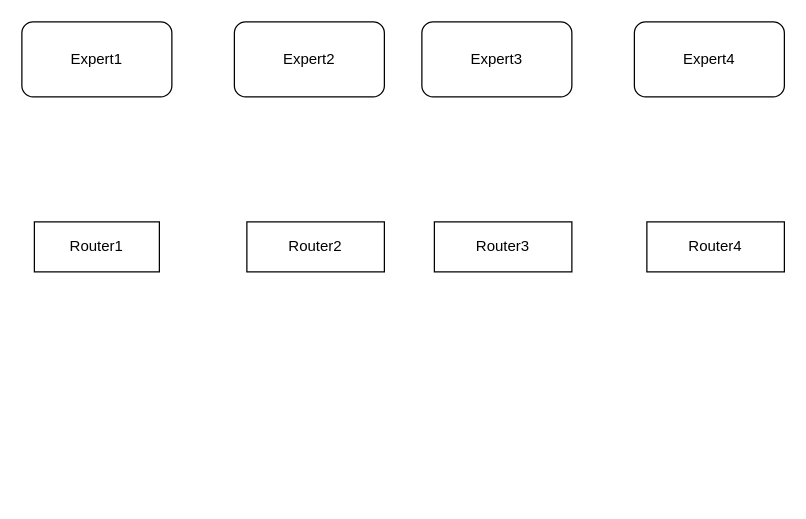
Above: moe plan.drawio in babangain/drawio (draw.io), before the change. Source tidied: cells renumbered, new cells numbered last; positions are measured from the earlier drawing's top-left corner, leaving out a move shared by most shapes. Both pictures are drawn from the tidied source at 125%, with x=0, y=0 at pixel (21, 21).
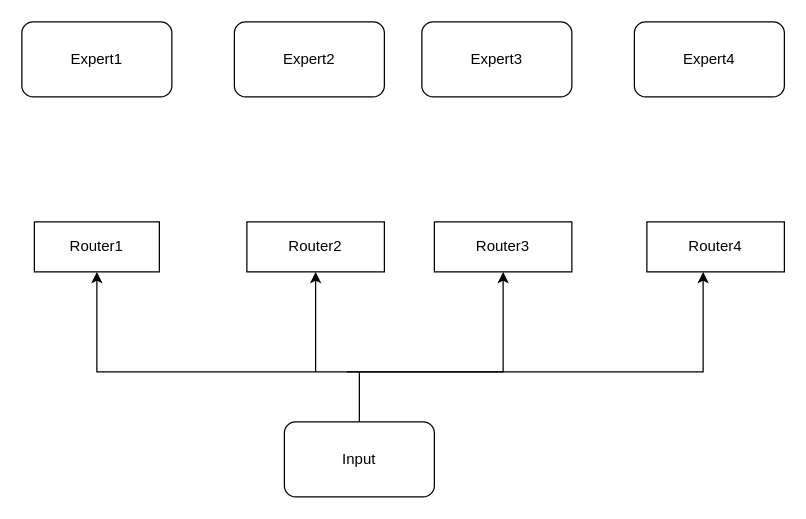
After the change.

The change refers to these unchanged cells:
```xml
<mxCell id="6" value="Router1" style="rounded=0;whiteSpace=wrap;html=1;" parent="1" vertex="1">
  <mxGeometry x="10" y="160" width="100" height="40" as="geometry" />
</mxCell>
<mxCell id="7" value="Router2" style="rounded=0;whiteSpace=wrap;html=1;" parent="1" vertex="1">
  <mxGeometry x="180" y="160" width="110" height="40" as="geometry" />
</mxCell>
<mxCell id="8" value="Router3" style="rounded=0;whiteSpace=wrap;html=1;" parent="1" vertex="1">
  <mxGeometry x="330" y="160" width="110" height="40" as="geometry" />
</mxCell>
```

The edit, as a diff of the source:
```diff
@@
+    <mxCell id="10" value="Input" style="rounded=1;whiteSpace=wrap;html=1;" parent="1" vertex="1">
+      <mxGeometry x="210" y="320" width="120" height="60" as="geometry" />
+    </mxCell>
+    <mxCell id="11" style="endArrow=classic;html=1;rounded=0;entryX=0.5;entryY=1;entryDx=0;entryDy=0;exitX=0.5;exitY=0;exitDx=0;exitDy=0;" parent="1" edge="1" source="10" target="6">
+      <mxGeometry relative="1" as="geometry">
+        <Array as="points">
+          <mxPoint x="270" y="280" />
+          <mxPoint x="60" y="280" />
+        </Array>
+      </mxGeometry>
+    </mxCell>
+    <mxCell id="12" style="endArrow=classic;html=1;rounded=0;entryX=0.5;entryY=1;entryDx=0;entryDy=0;" parent="1" edge="1">
+      <mxGeometry relative="1" as="geometry">
+        <mxPoint x="260" y="280" as="sourcePoint" />
+        <mxPoint x="545" y="200" as="targetPoint" />
+        <Array as="points">
+          <mxPoint x="545" y="280" />
+        </Array>
+      </mxGeometry>
+    </mxCell>
+    <mxCell id="13" style="endArrow=classic;html=1;rounded=0;entryX=0.5;entryY=1;entryDx=0;entryDy=0;" parent="1" edge="1" target="8">
+      <mxGeometry relative="1" as="geometry">
+        <mxPoint x="270" y="280" as="sourcePoint" />
+        <Array as="points">
+          <mxPoint x="385" y="280" />
+        </Array>
+      </mxGeometry>
+    </mxCell>
+    <mxCell id="14" style="endArrow=classic;html=1;rounded=0;entryX=0.5;entryY=1;entryDx=0;entryDy=0;" parent="1" edge="1" target="7">
+      <mxGeometry relative="1" as="geometry">
+        <mxPoint x="235" y="280" as="sourcePoint" />
+      </mxGeometry>
+    </mxCell>
```
